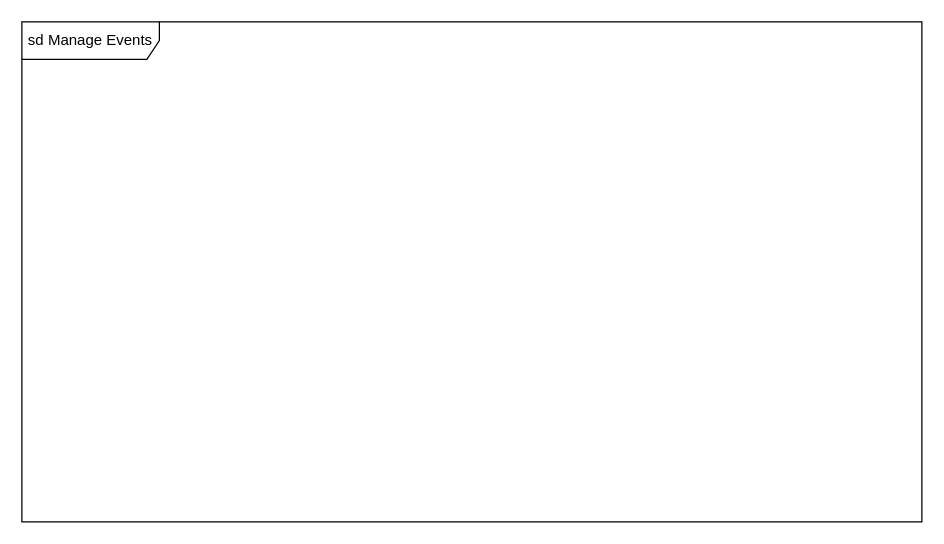
This is Manage Events Sequence Diagram.drawio from m-bassiri/HamyarApp, a draw.io file, before an edit. Source tidied: cells renumbered, new cells numbered last; positions are measured from the earlier drawing's top-left corner, leaving out a move shared by most shapes. Both pictures are drawn from the tidied source at 125%, with x=0, y=0 at pixel (21, 21).
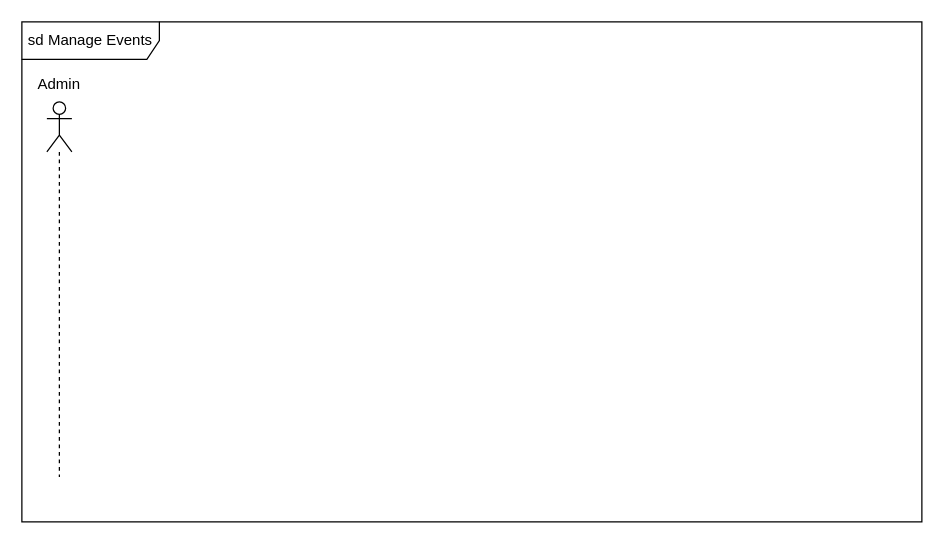
The same page after the edit.

Diff of the diagram source:
```diff
@@
 <mxGraphModel>
   <root>
     <mxCell id="0" />
     <mxCell id="1" parent="0" />
     <mxCell id="2" value="sd Manage Events" style="shape=umlFrame;whiteSpace=wrap;html=1;width=110;height=30;" parent="1" vertex="1">
       <mxGeometry width="720" height="400" as="geometry" />
     </mxCell>
+    <mxCell id="3" style="group;" parent="1" vertex="1">
+      <mxGeometry x="11" y="40" width="50" height="324" as="geometry" />
+    </mxCell>
+    <mxCell id="4" style="shape=umlLifeline;participant=umlActor;perimeter=lifelinePerimeter;whiteSpace=wrap;html=1;verticalAlign=top;spacingTop=36;labelBackgroundColor=#ffffff;" parent="3" vertex="1">
+      <mxGeometry x="9" y="24" width="20" height="300" as="geometry" />
+    </mxCell>
+    <mxCell id="5" value="Admin" style="text;html=1;align=left;verticalAlign=top;spacingTop=-4;" parent="3" vertex="1">
+      <mxGeometry width="50" height="20" as="geometry" />
+    </mxCell>
   </root>
 </mxGraphModel>
```
